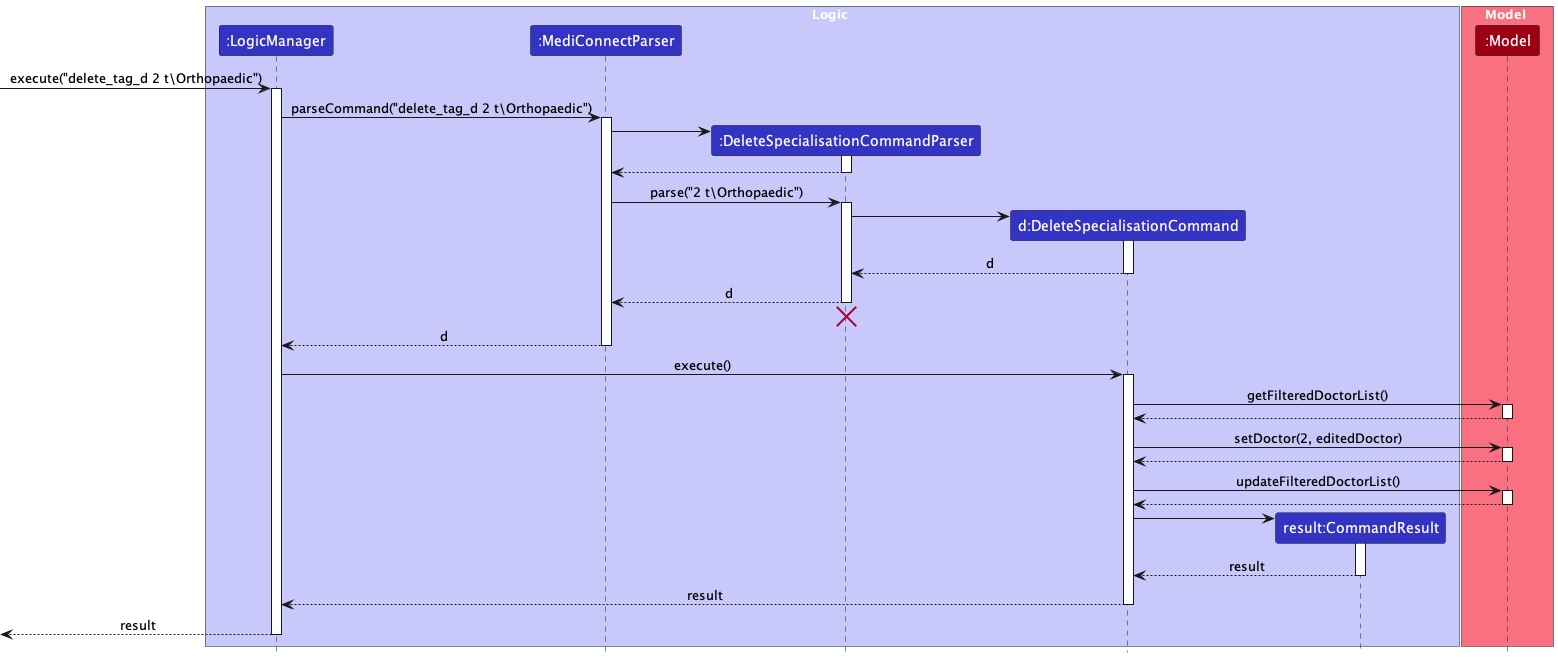
Above: docs/images/DeleteSpecialisationSequenceDiagram.png in yanghengtang/tp (PlantUML), before the change.
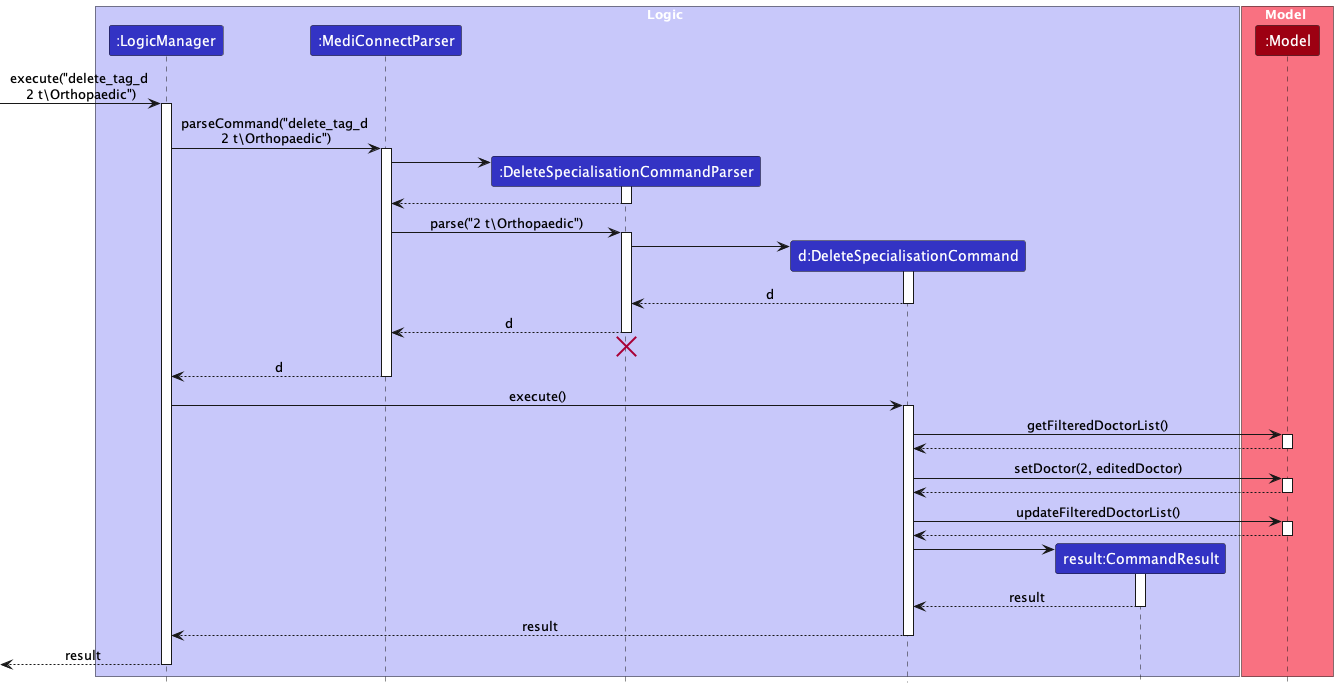
The same file after the commit.

Commit message:
Update Sequence Diagram

Change to the diagram source:
```diff
@@ -14,10 +14,10 @@
 participant ":Model" as Model MODEL_COLOR
 end box
 
-[-> LogicManager : execute("delete_tag_d 2 t\Orthopaedic")
+[-> LogicManager : execute("delete_tag_d \n2 t\Orthopaedic")
 activate LogicManager
 
-LogicManager -> MediConnectParser : parseCommand("delete_tag_d 2 t\Orthopaedic")
+LogicManager -> MediConnectParser : parseCommand("delete_tag_d \n2 t\Orthopaedic")
 activate MediConnectParser
 
 create DeleteSpecialisationCommandParser
```
